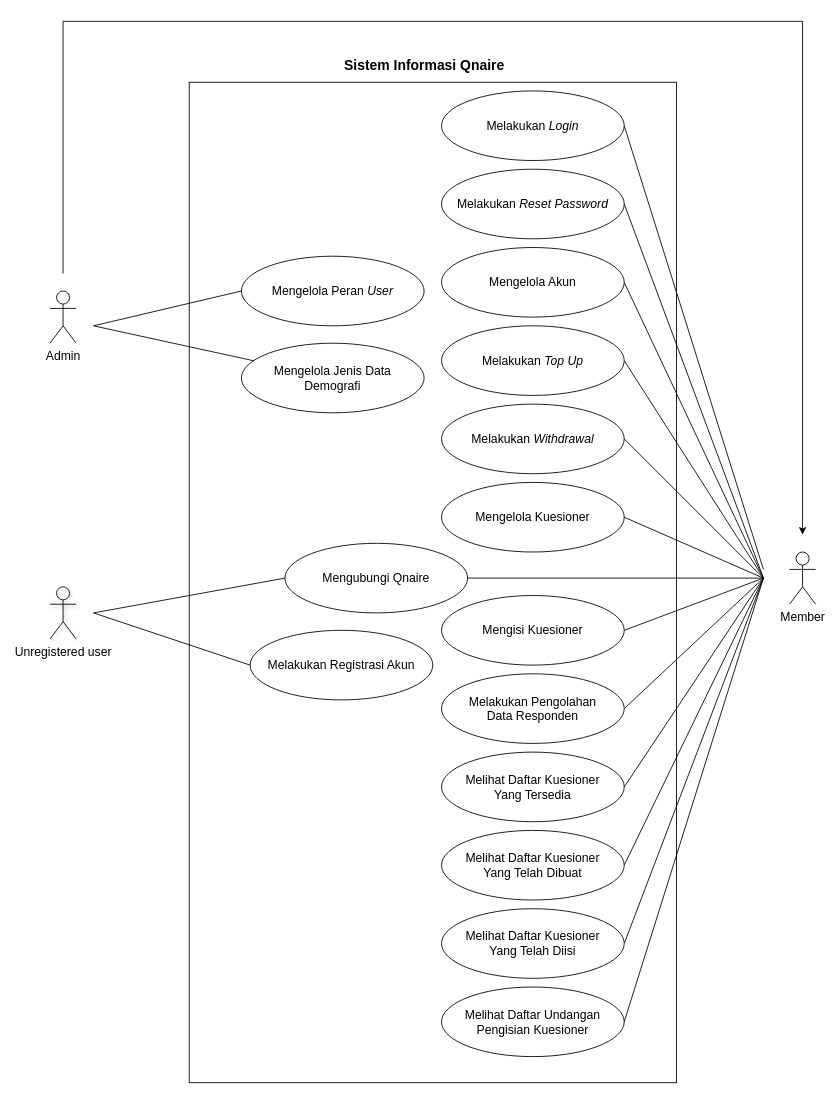
Above: Diagram/use-case.drawio in techie-jhs/thesis (draw.io), before the change. Source tidied: cells renumbered, new cells numbered last; positions are measured from the earlier drawing's top-left corner, leaving out a move shared by most shapes. Both pictures are drawn from the tidied source at 87%, with x=0, y=0 at pixel (50, 21).
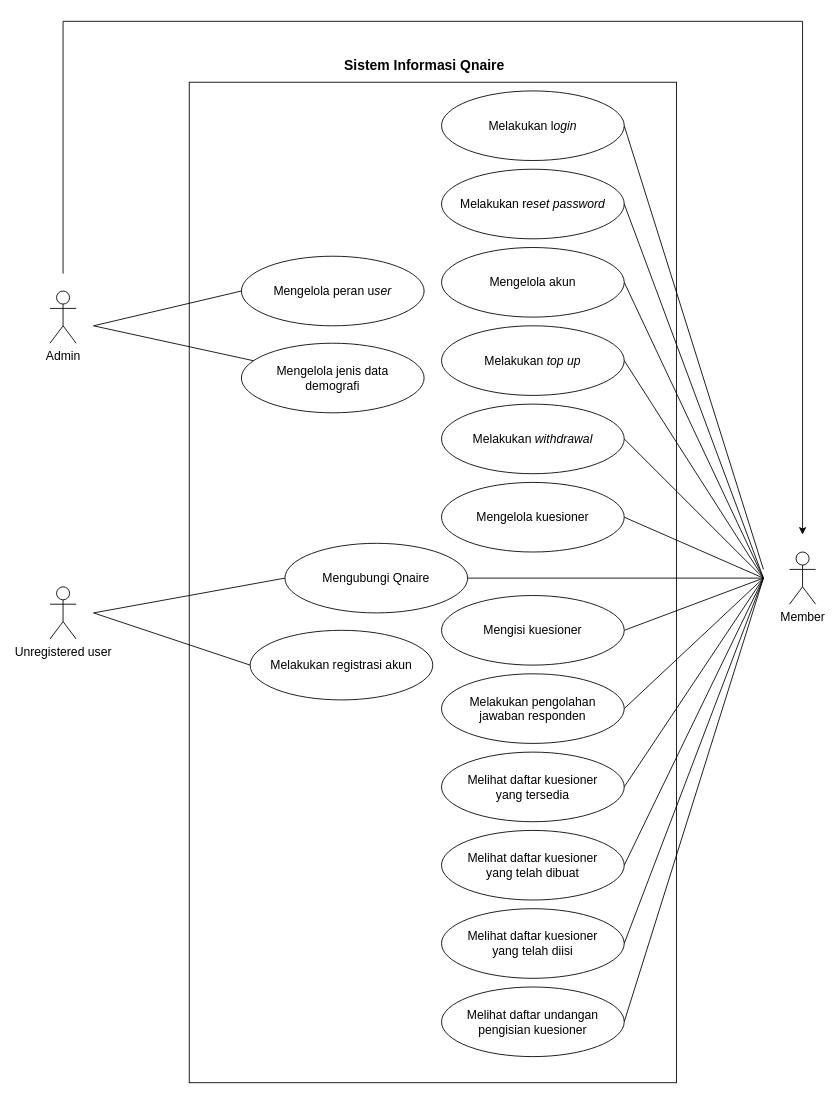
After the change.

What changed in the source:
```diff
@@
-    <mxCell id="6" value="Unregistered user" style="shape=umlActor;verticalLabelPosition=bottom;verticalAlign=top;html=1;fontSize=14;shadow=1;fillColor=none;" parent="1" vertex="1">
+    <mxCell id="6" value="Unregistered user" style="shape=umlActor;verticalLabelPosition=bottom;verticalAlign=top;html=1;fontSize=14;shadow=0;fillColor=none;" parent="1" vertex="1">
       <mxGeometry y="650" width="30" height="60" as="geometry" />
     </mxCell>
@@
-    <mxCell id="24" value="Melakukan Registrasi Akun" style="ellipse;whiteSpace=wrap;html=1;fontSize=14;" parent="1" vertex="1">
+    <mxCell id="24" value="Melakukan registrasi akun" style="ellipse;whiteSpace=wrap;html=1;fontSize=14;" parent="1" vertex="1">
       <mxGeometry x="230" y="700" width="210" height="80" as="geometry" />
     </mxCell>
-    <mxCell id="25" value="Mengisi Kuesioner" style="ellipse;whiteSpace=wrap;html=1;fontSize=14;" parent="1" vertex="1">
+    <mxCell id="25" value="Mengisi kuesioner" style="ellipse;whiteSpace=wrap;html=1;fontSize=14;" parent="1" vertex="1">
       <mxGeometry x="450" y="660" width="210" height="80" as="geometry" />
     </mxCell>
@@
-    <mxCell id="27" value="Mengelola Kuesioner" style="ellipse;whiteSpace=wrap;html=1;fontSize=14;" parent="1" vertex="1">
+    <mxCell id="27" value="Mengelola kuesioner" style="ellipse;whiteSpace=wrap;html=1;fontSize=14;" parent="1" vertex="1">
       <mxGeometry x="450" y="530" width="210" height="80" as="geometry" />
     </mxCell>
-    <mxCell id="28" value="Melakukan Pengolahan&lt;br&gt;Data Responden" style="ellipse;whiteSpace=wrap;html=1;fontSize=14;" parent="1" vertex="1">
+    <mxCell id="28" value="Melakukan pengolahan&lt;br&gt;jawaban responden" style="ellipse;whiteSpace=wrap;html=1;fontSize=14;" parent="1" vertex="1">
       <mxGeometry x="450" y="750" width="210" height="80" as="geometry" />
     </mxCell>
-    <mxCell id="29" value="Melakukan &lt;i&gt;Login&lt;/i&gt;" style="ellipse;whiteSpace=wrap;html=1;fontSize=14;" parent="1" vertex="1">
+    <mxCell id="29" value="Melakukan l&lt;i&gt;ogin&lt;/i&gt;" style="ellipse;whiteSpace=wrap;html=1;fontSize=14;" parent="1" vertex="1">
       <mxGeometry x="450" y="80" width="210" height="80" as="geometry" />
     </mxCell>
-    <mxCell id="30" value="Melihat Daftar Kuesioner&lt;br&gt;Yang Tersedia" style="ellipse;whiteSpace=wrap;html=1;fontSize=14;" parent="1" vertex="1">
+    <mxCell id="30" value="Melihat daftar kuesioner&lt;br&gt;yang tersedia" style="ellipse;whiteSpace=wrap;html=1;fontSize=14;" parent="1" vertex="1">
       <mxGeometry x="450" y="840" width="210" height="80" as="geometry" />
     </mxCell>
-    <mxCell id="31" value="Mengelola Akun" style="ellipse;whiteSpace=wrap;html=1;fontSize=14;" parent="1" vertex="1">
+    <mxCell id="31" value="Mengelola akun" style="ellipse;whiteSpace=wrap;html=1;fontSize=14;" parent="1" vertex="1">
       <mxGeometry x="450" y="260" width="210" height="80" as="geometry" />
     </mxCell>
-    <mxCell id="32" value="Mengelola Peran &lt;i&gt;User&lt;/i&gt;" style="ellipse;whiteSpace=wrap;html=1;fontSize=14;" parent="1" vertex="1">
+    <mxCell id="32" value="Mengelola peran u&lt;i&gt;ser&lt;/i&gt;" style="ellipse;whiteSpace=wrap;html=1;fontSize=14;" parent="1" vertex="1">
       <mxGeometry x="220" y="270" width="210" height="80" as="geometry" />
     </mxCell>
-    <mxCell id="33" value="Mengelola Jenis Data&lt;br&gt;Demografi" style="ellipse;whiteSpace=wrap;html=1;fontSize=14;" parent="1" vertex="1">
+    <mxCell id="33" value="Mengelola jenis data&lt;br&gt;demografi" style="ellipse;whiteSpace=wrap;html=1;fontSize=14;" parent="1" vertex="1">
       <mxGeometry x="220" y="370" width="210" height="80" as="geometry" />
     </mxCell>
-    <mxCell id="34" value="Melakukan &lt;i&gt;Withdrawal&lt;/i&gt;" style="ellipse;whiteSpace=wrap;html=1;fontSize=14;" parent="1" vertex="1">
+    <mxCell id="34" value="Melakukan &lt;i&gt;withdrawal&lt;/i&gt;" style="ellipse;whiteSpace=wrap;html=1;fontSize=14;" parent="1" vertex="1">
       <mxGeometry x="450" y="440" width="210" height="80" as="geometry" />
     </mxCell>
-    <mxCell id="35" value="Melihat Daftar Kuesioner&lt;br&gt;Yang Telah Dibuat" style="ellipse;whiteSpace=wrap;html=1;fontSize=14;" parent="1" vertex="1">
+    <mxCell id="35" value="Melihat daftar kuesioner&lt;br&gt;yang telah dibuat" style="ellipse;whiteSpace=wrap;html=1;fontSize=14;" parent="1" vertex="1">
       <mxGeometry x="450" y="930" width="210" height="80" as="geometry" />
     </mxCell>
-    <mxCell id="36" value="Melakukan&amp;nbsp;&lt;i&gt;Reset Password&lt;/i&gt;" style="ellipse;whiteSpace=wrap;html=1;fontSize=14;" parent="1" vertex="1">
+    <mxCell id="36" value="Melakukan r&lt;i&gt;eset password&lt;/i&gt;" style="ellipse;whiteSpace=wrap;html=1;fontSize=14;" parent="1" vertex="1">
       <mxGeometry x="450" y="170" width="210" height="80" as="geometry" />
     </mxCell>
-    <mxCell id="37" value="Melakukan &lt;i&gt;Top Up&lt;/i&gt;" style="ellipse;whiteSpace=wrap;html=1;fontSize=14;" parent="1" vertex="1">
+    <mxCell id="37" value="Melakukan &lt;i&gt;top up&lt;/i&gt;" style="ellipse;whiteSpace=wrap;html=1;fontSize=14;" parent="1" vertex="1">
       <mxGeometry x="450" y="350" width="210" height="80" as="geometry" />
     </mxCell>
@@
-    <mxCell id="39" value="Melihat Daftar Kuesioner&lt;br&gt;Yang Telah Diisi" style="ellipse;whiteSpace=wrap;html=1;fontSize=14;" parent="1" vertex="1">
+    <mxCell id="39" value="Melihat daftar kuesioner&lt;br&gt;yang telah diisi" style="ellipse;whiteSpace=wrap;html=1;fontSize=14;" parent="1" vertex="1">
       <mxGeometry x="450" y="1020" width="210" height="80" as="geometry" />
     </mxCell>
-    <mxCell id="40" value="Melihat Daftar Undangan&lt;br&gt;Pengisian Kuesioner" style="ellipse;whiteSpace=wrap;html=1;fontSize=14;" parent="1" vertex="1">
+    <mxCell id="40" value="Melihat daftar undangan&lt;br&gt;pengisian kuesioner" style="ellipse;whiteSpace=wrap;html=1;fontSize=14;" parent="1" vertex="1">
       <mxGeometry x="450" y="1110" width="210" height="80" as="geometry" />
     </mxCell>
```
